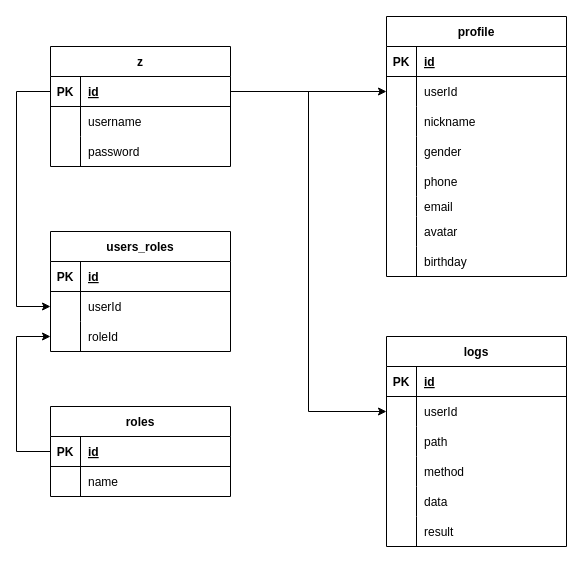
Earlier version of the draw.io diagram drawio/user_roles_profile_logs.drawio (iceagejs/server). Source tidied: cells renumbered, new cells numbered last; positions are measured from the earlier drawing's top-left corner, leaving out a move shared by most shapes. Both pictures are drawn from the tidied source at 100%, with x=0, y=0 at pixel (16, 16).
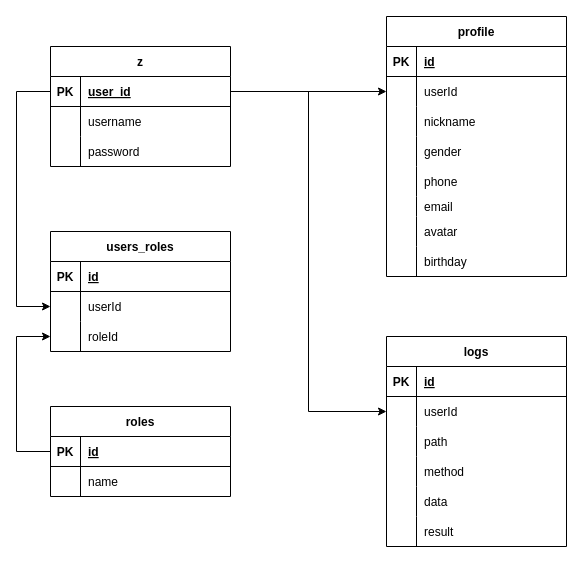
The same page after the edit.

Commit message (it also covers changes not shown here):
chore：更新实体图

Unchanged cells that the change refers to:
```xml
<mxCell id="3" style="shape=tableRow;horizontal=0;startSize=0;swimlaneHead=0;swimlaneBody=0;fillColor=none;points=[[0,0.5],[1,0.5]];portConstraint=eastwest;top=0;left=0;right=0;bottom=1;" parent="2" vertex="1">
  <mxGeometry y="30" width="180" height="30" as="geometry" />
</mxCell>
```

The edit, as a diff of the source:
```diff
@@
-    <mxCell id="5" value="id" style="shape=partialRectangle;fillColor=none;top=0;left=0;bottom=0;right=0;align=left;spacingLeft=6;fontStyle=5;overflow=hidden;" parent="3" vertex="1">
+    <mxCell id="5" value="user_id" style="shape=partialRectangle;fillColor=none;top=0;left=0;bottom=0;right=0;align=left;spacingLeft=6;fontStyle=5;overflow=hidden;" parent="3" vertex="1">
       <mxGeometry x="30" width="150" height="30" as="geometry" />
     </mxCell>
```
